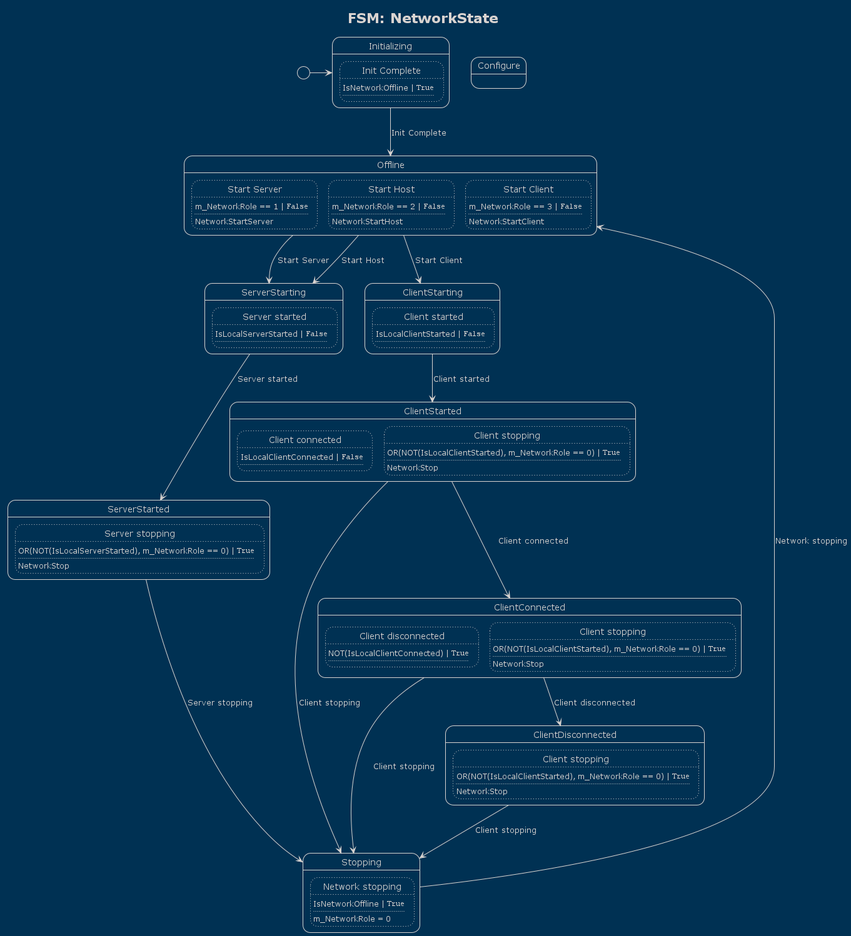
Above: PlantUML Diagrams/CodeSmile.BetterNetcode.Network.NetworkState-FSM__NetworkState.png in CodeSmile-0000011110110111/WriteBetterNetcode (PlantUML), before the change.
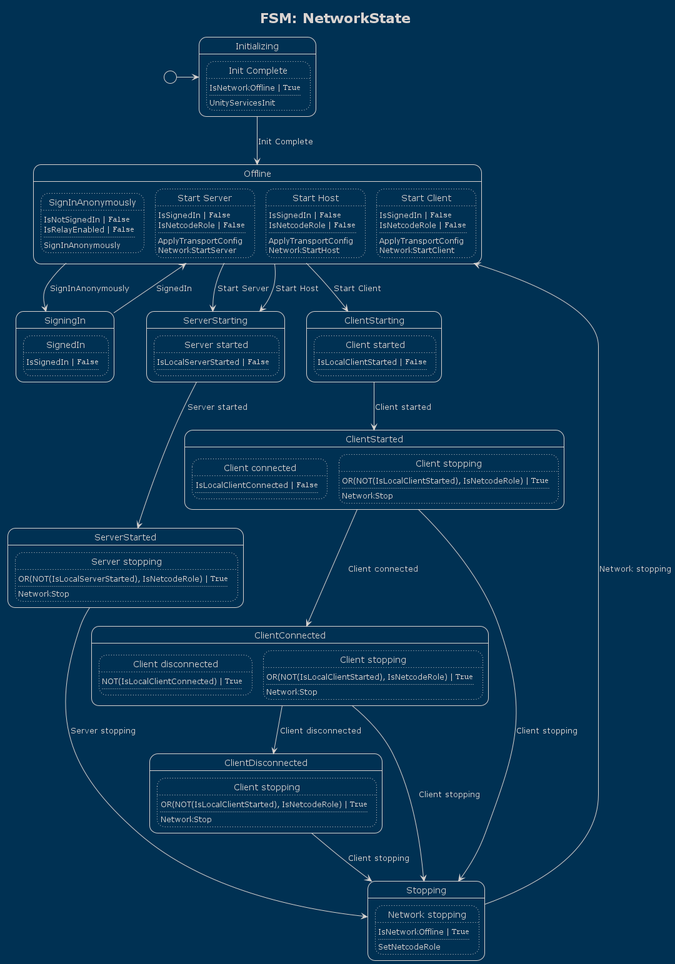
Later version of the same file.

Change to the diagram source:
```diff
@@ -11,119 +11,140 @@
 	state state0_trans0 #line.dotted {
 		state0_trans0 : IsNetworkOffline | ""True""
 		state0_trans0 : ....
+		state0_trans0 : UnityServicesInit
 	}
 }
 state "Offline" as state1
 state state1 {
-	state "Start Server" as state1_trans0
+	state "SignInAnonymously" as state1_trans0
 	state state1_trans0 #line.dotted {
-		state1_trans0 : m_NetworkRole == 1 | ""False""
+		state1_trans0 : IsNotSignedIn | ""False""
+		state1_trans0 : IsRelayEnabled | ""False""
 		state1_trans0 : ....
-		state1_trans0 : NetworkStartServer
+		state1_trans0 : SignInAnonymously
 	}
-	state "Start Host" as state1_trans1
+	state "Start Server" as state1_trans1
 	state state1_trans1 #line.dotted {
-		state1_trans1 : m_NetworkRole == 2 | ""False""
+		state1_trans1 : IsSignedIn | ""False""
+		state1_trans1 : IsNetcodeRole | ""False""
 		state1_trans1 : ....
-		state1_trans1 : NetworkStartHost
+		state1_trans1 : ApplyTransportConfig
+		state1_trans1 : NetworkStartServer
 	}
-	state "Start Client" as state1_trans2
+	state "Start Host" as state1_trans2
 	state state1_trans2 #line.dotted {
-		state1_trans2 : m_NetworkRole == 3 | ""False""
+		state1_trans2 : IsSignedIn | ""False""
+		state1_trans2 : IsNetcodeRole | ""False""
 		state1_trans2 : ....
-		state1_trans2 : NetworkStartClient
+		state1_trans2 : ApplyTransportConfig
+		state1_trans2 : NetworkStartHost
+	}
+	state "Start Client" as state1_trans3
+	state state1_trans3 #line.dotted {
+		state1_trans3 : IsSignedIn | ""False""
+		state1_trans3 : IsNetcodeRole | ""False""
+		state1_trans3 : ....
+		state1_trans3 : ApplyTransportConfig
+		state1_trans3 : NetworkStartClient
 	}
 }
-state "Configure" as state2
+state "SigningIn" as state2
 state state2 {
-}
-state "Stopping" as state3
-state state3 {
-	state "Network stopping" as state3_trans0
-	state state3_trans0 #line.dotted {
-		state3_trans0 : IsNetworkOffline | ""True""
-		state3_trans0 : ....
-		state3_trans0 : m_NetworkRole = 0
+	state "SignedIn" as state2_trans0
+	state state2_trans0 #line.dotted {
+		state2_trans0 : IsSignedIn | ""False""
+		state2_trans0 : ....
 	}
 }
-state "ServerStarting" as state4
-state state4 {
-	state "Server started" as state4_trans0
-	state state4_trans0 #line.dotted {
-		state4_trans0 : IsLocalServerStarted | ""False""
-		state4_trans0 : ....
+state "ServerStarting" as state3
+state state3 {
+	state "Server started" as state3_trans0
+	state state3_trans0 #line.dotted {
+		state3_trans0 : IsLocalServerStarted | ""False""
+		state3_trans0 : ....
 	}
 }
-state "ServerStarted" as state5
-state state5 {
-	state "Server stopping" as state5_trans0
-	state state5_trans0 #line.dotted {
-		state5_trans0 : OR(NOT(IsLocalServerStarted), m_NetworkRole == 0) | ""True""
-		state5_trans0 : ....
-		state5_trans0 : NetworkStop
+state "ServerStarted" as state4
+state state4 {
+	state "Server stopping" as state4_trans0
+	state state4_trans0 #line.dotted {
+		state4_trans0 : OR(NOT(IsLocalServerStarted), IsNetcodeRole) | ""True""
+		state4_trans0 : ....
+		state4_trans0 : NetworkStop
 	}
 }
-state "ClientStarting" as state6
+state "ClientStarting" as state5
+state state5 {
+	state "Client started" as state5_trans0
+	state state5_trans0 #line.dotted {
+		state5_trans0 : IsLocalClientStarted | ""False""
+		state5_trans0 : ....
+	}
+}
+state "ClientStarted" as state6
 state state6 {
-	state "Client started" as state6_trans0
+	state "Client connected" as state6_trans0
 	state state6_trans0 #line.dotted {
-		state6_trans0 : IsLocalClientStarted | ""False""
+		state6_trans0 : IsLocalClientConnected | ""False""
 		state6_trans0 : ....
 	}
+	state "Client stopping" as state6_trans1
+	state state6_trans1 #line.dotted {
+		state6_trans1 : OR(NOT(IsLocalClientStarted), IsNetcodeRole) | ""True""
+		state6_trans1 : ....
+		state6_trans1 : NetworkStop
+	}
 }
-state "ClientStarted" as state7
+state "ClientConnected" as state7
 state state7 {
-	state "Client connected" as state7_trans0
+	state "Client disconnected" as state7_trans0
 	state state7_trans0 #line.dotted {
-		state7_trans0 : IsLocalClientConnected | ""False""
+		state7_trans0 : NOT(IsLocalClientConnected) | ""True""
 		state7_trans0 : ....
 	}
 	state "Client stopping" as state7_trans1
 	state state7_trans1 #line.dotted {
-		state7_trans1 : OR(NOT(IsLocalClientStarted), m_NetworkRole == 0) | ""True""
+		state7_trans1 : OR(NOT(IsLocalClientStarted), IsNetcodeRole) | ""True""
 		state7_trans1 : ....
 		state7_trans1 : NetworkStop
 	}
 }
-state "ClientConnected" as state8
+state "ClientDisconnected" as state8
 state state8 {
-	state "Client disconnected" as state8_trans0
+	state "Client stopping" as state8_trans0
 	state state8_trans0 #line.dotted {
-		state8_trans0 : NOT(IsLocalClientConnected) | ""True""
+		state8_trans0 : OR(NOT(IsLocalClientStarted), IsNetcodeRole) | ""True""
 		state8_trans0 : ....
-	}
-	state "Client stopping" as state8_trans1
-	state state8_trans1 #line.dotted {
-		state8_trans1 : OR(NOT(IsLocalClientStarted), m_NetworkRole == 0) | ""True""
-		state8_trans1 : ....
-		state8_trans1 : NetworkStop
+		state8_trans0 : NetworkStop
 	}
 }
-state "ClientDisconnected" as state9
+state "Stopping" as state9
 state state9 {
-	state "Client stopping" as state9_trans0
+	state "Network stopping" as state9_trans0
 	state state9_trans0 #line.dotted {
-		state9_trans0 : OR(NOT(IsLocalClientStarted), m_NetworkRole == 0) | ""True""
+		state9_trans0 : IsNetworkOffline | ""True""
 		state9_trans0 : ....
-		state9_trans0 : NetworkStop
+		state9_trans0 : SetNetcodeRole
 	}
 }
 
 
 [*] -> state0
 state0 --> state1 : Init Complete
-state1 --> state4 : Start Server
-state1 --> state4 : Start Host
-state1 --> state6 : Start Client
-state3 --> state1 : Network stopping
-state4 --> state5 : Server started
-state5 --> state3 : Server stopping
-state6 --> state7 : Client started
-state7 --> state8 : Client connected
-state7 --> state3 : Client stopping
-state8 --> state9 : Client disconnected
-state8 --> state3 : Client stopping
-state9 --> state3 : Client stopping
+state1 --> state2 : SignInAnonymously
+state1 --> state3 : Start Server
+state1 --> state3 : Start Host
+state1 --> state5 : Start Client
+state2 --> state1 : SignedIn
+state3 --> state4 : Server started
+state4 --> state9 : Server stopping
+state5 --> state6 : Client started
+state6 --> state7 : Client connected
+state6 --> state9 : Client stopping
+state7 --> state8 : Client disconnected
+state7 --> state9 : Client stopping
+state8 --> state9 : Client stopping
+state9 --> state1 : Network stopping
 
 
 @enduml
```
